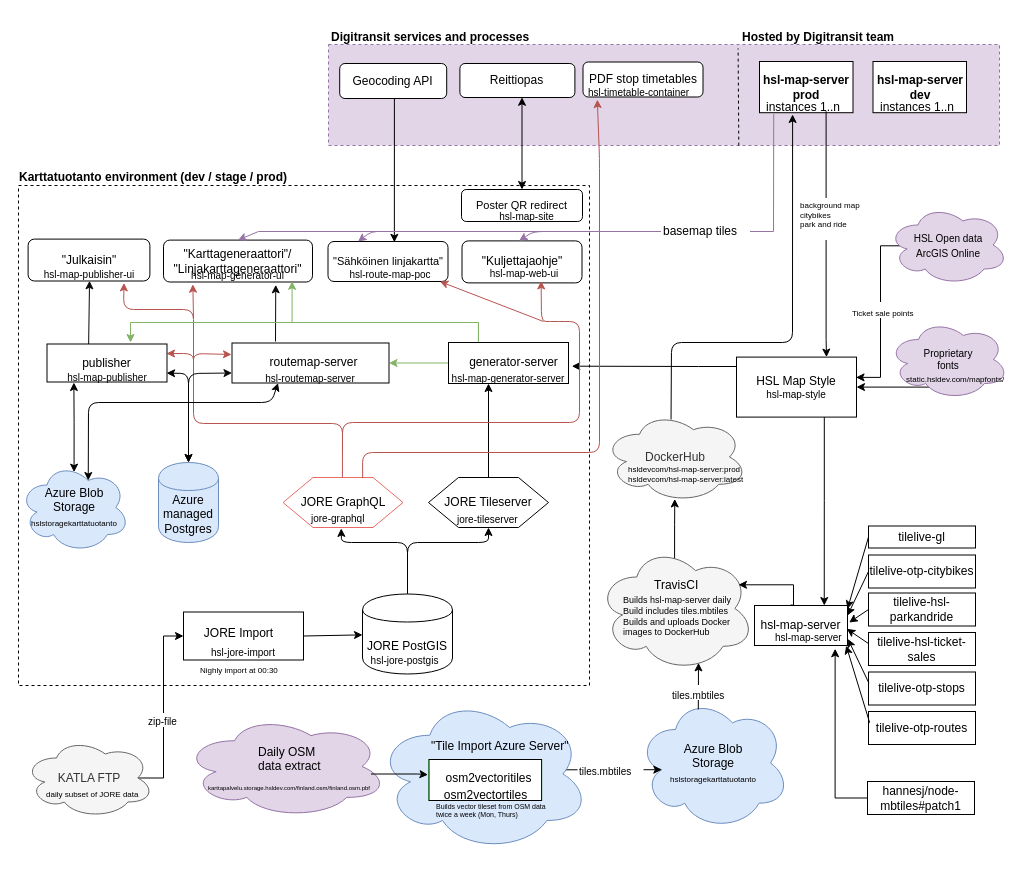
HSLdevcom/hsl-map-documentation keeps this draw.io diagram as Process schema/karttatuotanto-flow.drawio. Above is the earlier version. Source tidied: cells renumbered, new cells numbered last; positions are measured from the earlier drawing's top-left corner, leaving out a move shared by most shapes. Both pictures are drawn from the tidied source at 100%, with x=0, y=0 at pixel (17, 16).
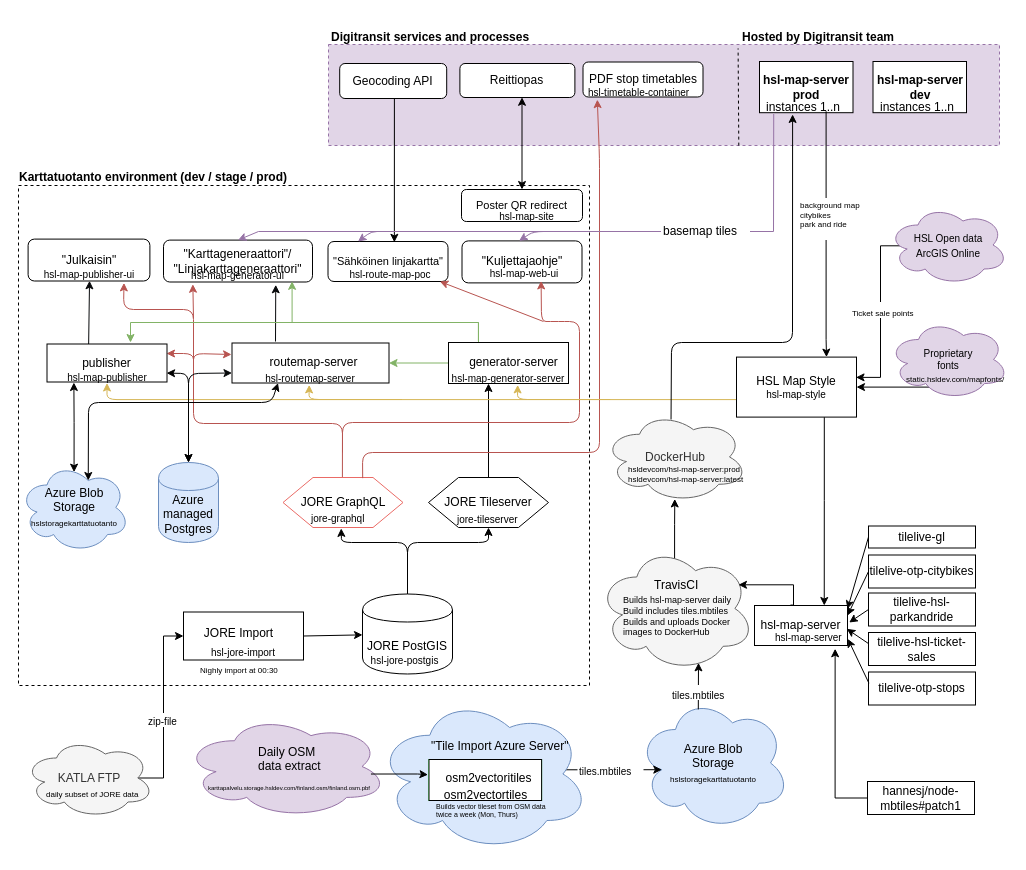
The same diagram, later.

Commit message (it also covers changes not shown here):
refactor(schema): Remove tilelive-otp-route. Add hsl-map-style links.

tilelive-otp-route is deprecated and not used. Updated hsl-map-style links to publisher, routemap-server, generator server.

The change refers to these unchanged cells:
```xml
<mxCell id="41" value="&lt;div&gt;HSL Map Style&lt;br&gt;&lt;/div&gt;&lt;div style=&quot;font-size: 10px&quot;&gt;hsl-map-style&lt;/div&gt;" style="rounded=0;whiteSpace=wrap;html=1;shadow=0;glass=0;comic=0;" parent="1" vertex="1">
  <mxGeometry x="719" y="340.6" width="120" height="60" as="geometry" />
</mxCell>
<mxCell id="72" value="&lt;div&gt;hsl-map-server&lt;/div&gt;" style="rounded=0;whiteSpace=wrap;html=1;strokeColor=#000000;fillColor=none;" parent="71" vertex="1">
  <mxGeometry width="93" height="40" as="geometry" />
</mxCell>
<mxCell id="173" value="generator-server" style="text;html=1;align=center;verticalAlign=middle;points=[];fillColor=none;strokeColor=none;rounded=0;" parent="171" vertex="1">
  <mxGeometry x="10" y="10.1" width="110" height="20" as="geometry" />
</mxCell>
<mxCell id="179" value="&lt;font style=&quot;font-size: 10px&quot;&gt;hsl-map-publisher&lt;/font&gt;" style="text;html=1;strokeColor=none;fillColor=none;align=center;verticalAlign=middle;whiteSpace=wrap;rounded=0;shadow=0;glass=0;comic=0;" parent="176" vertex="1">
  <mxGeometry y="28.5" width="120" height="9.5" as="geometry" />
</mxCell>
```

Diff of the diagram source:
```diff
@@
-    <mxCell id="40" style="edgeStyle=orthogonalEdgeStyle;rounded=0;jettySize=auto;html=1;entryX=1.03;entryY=0.679;entryDx=0;entryDy=0;entryPerimeter=0;" parent="1" edge="1" source="41" target="173">
+    <mxCell id="40" style="edgeStyle=orthogonalEdgeStyle;rounded=1;jettySize=auto;html=1;fillColor=#fff2cc;strokeColor=#d6b656;entryX=0.5;entryY=1.103;entryDx=0;entryDy=0;exitX=0.013;exitY=0.643;exitDx=0;exitDy=0;exitPerimeter=0;entryPerimeter=0;" parent="1" edge="1" target="179">
       <mxGeometry relative="1" as="geometry">
+        <mxPoint x="720.4" y="383.1" as="sourcePoint" />
         <Array as="points">
-          <mxPoint x="681" y="350" />
-          <mxPoint x="681" y="350" />
+          <mxPoint x="90" y="383" />
         </Array>
       </mxGeometry>
     </mxCell>
@@
-    <mxCell id="79" value="tilelive-otp-routes" style="rounded=0;whiteSpace=wrap;html=1;strokeColor=#000000;fillColor=none;" parent="1" vertex="1">
-      <mxGeometry x="851" y="695" width="107" height="33" as="geometry" />
-    </mxCell>
@@
-    <mxCell id="87" style="endArrow=classic;html=1;entryX=0.986;entryY=1.005;entryDx=0;entryDy=0;entryPerimeter=0;exitX=0.011;exitY=0.342;exitDx=0;exitDy=0;exitPerimeter=0;" parent="1" edge="1" source="79" target="72">
-      <mxGeometry relative="1" as="geometry" />
-    </mxCell>
@@
+    <mxCell id="181" style="endArrow=classic;html=1;entryX=0.577;entryY=1.137;entryDx=0;entryDy=0;entryPerimeter=0;fillColor=#fff2cc;strokeColor=#d6b656;rounded=1;" parent="1" edge="1">
+      <mxGeometry relative="1" as="geometry">
+        <mxPoint x="593" y="383" as="sourcePoint" />
+        <mxPoint x="500.2" y="368.4" as="targetPoint" />
+        <Array as="points">
+          <mxPoint x="500" y="383" />
+        </Array>
+      </mxGeometry>
+    </mxCell>
+    <mxCell id="182" style="endArrow=classic;html=1;entryX=0.577;entryY=1.137;entryDx=0;entryDy=0;entryPerimeter=0;fillColor=#fff2cc;strokeColor=#d6b656;rounded=1;" parent="1" edge="1">
+      <mxGeometry relative="1" as="geometry">
+        <mxPoint x="384.5" y="383" as="sourcePoint" />
+        <mxPoint x="291.7" y="368.4" as="targetPoint" />
+        <Array as="points">
+          <mxPoint x="291.5" y="383" />
+        </Array>
+      </mxGeometry>
+    </mxCell>
```
